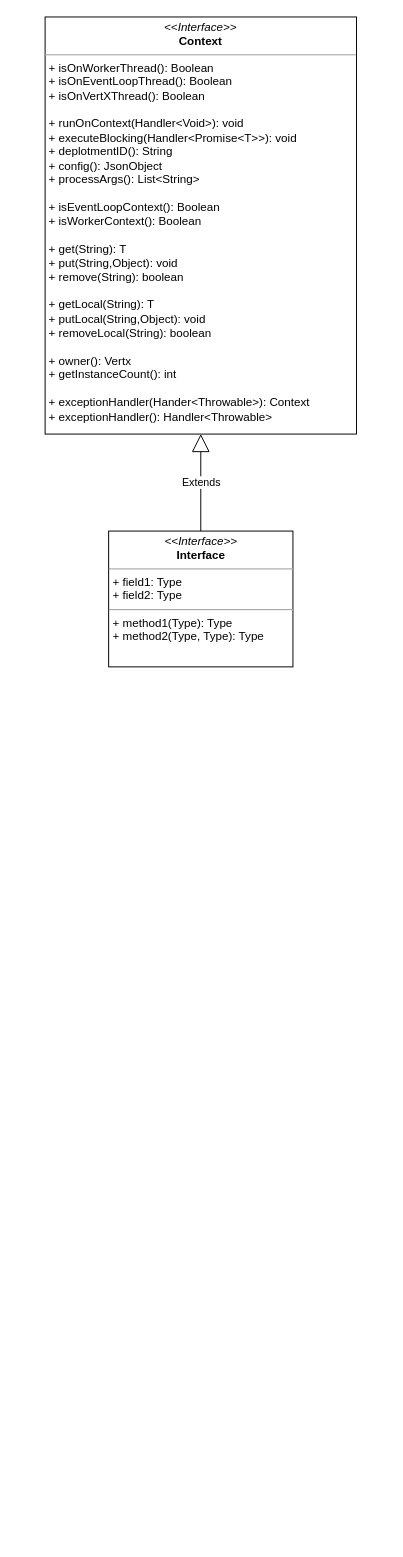
This is VertX.drawio from Echidnaaa/draw, a draw.io file, before an edit. Source tidied: cells renumbered, new cells numbered last; positions are measured from the earlier drawing's top-left corner, leaving out a move shared by most shapes. Both pictures are drawn from the tidied source at 97%, with x=0, y=0 at pixel (45, 16).
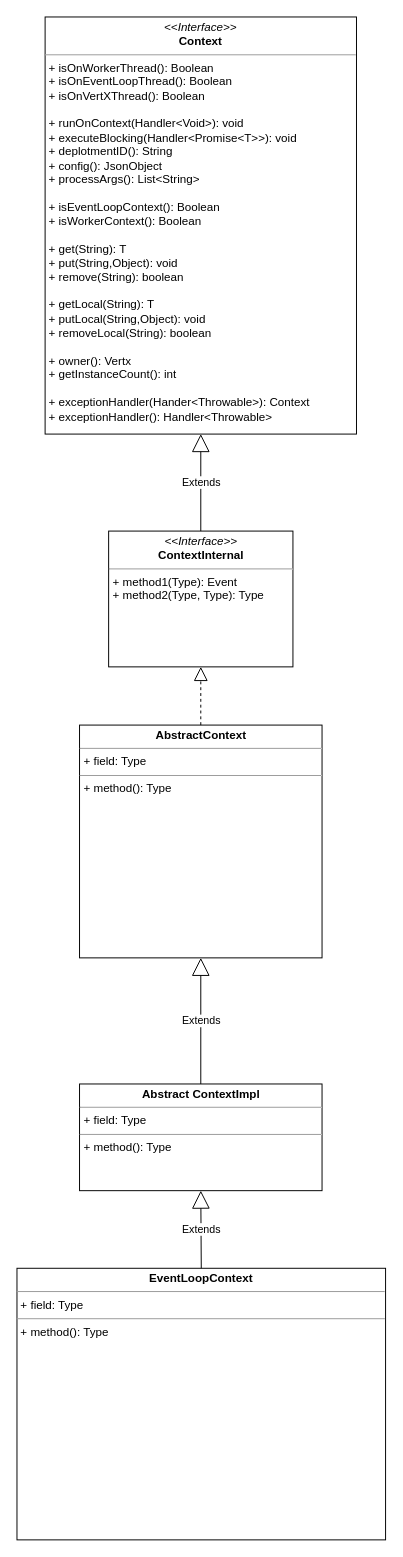
After the change.

Diff of the diagram source:
```diff
@@
 <mxGraphModel>
   <root>
     <mxCell id="0" />
     <mxCell id="1" parent="0" />
     <mxCell id="2" value="&lt;p style=&quot;margin: 0px ; margin-top: 4px ; text-align: center&quot;&gt;&lt;i&gt;&amp;lt;&amp;lt;Interface&amp;gt;&amp;gt;&lt;/i&gt;&lt;br&gt;&lt;b&gt;Context&lt;/b&gt;&lt;/p&gt;&lt;hr size=&quot;1&quot;&gt;&lt;p style=&quot;margin: 0px ; margin-left: 4px&quot;&gt;+ isOnWorkerThread(): Boolean&lt;br&gt;+ isOnEventLoopThread(): Boolean&lt;/p&gt;&lt;p style=&quot;margin: 0px ; margin-left: 4px&quot;&gt;+ isOnVertXThread(): Boolean&lt;/p&gt;&lt;p style=&quot;margin: 0px ; margin-left: 4px&quot;&gt;&lt;br&gt;&lt;/p&gt;&lt;p style=&quot;margin: 0px ; margin-left: 4px&quot;&gt;+ runOnContext(Handler&amp;lt;Void&amp;gt;): void&lt;/p&gt;&lt;p style=&quot;margin: 0px ; margin-left: 4px&quot;&gt;+ executeBlocking(Handler&amp;lt;Promise&amp;lt;T&amp;gt;&amp;gt;): void&lt;/p&gt;&lt;p style=&quot;margin: 0px ; margin-left: 4px&quot;&gt;+ deplotmentID(): String&lt;/p&gt;&lt;p style=&quot;margin: 0px ; margin-left: 4px&quot;&gt;+ config(): JsonObject&lt;/p&gt;&lt;p style=&quot;margin: 0px ; margin-left: 4px&quot;&gt;+ processArgs(): List&amp;lt;String&amp;gt;&lt;/p&gt;&lt;p style=&quot;margin: 0px ; margin-left: 4px&quot;&gt;&lt;br&gt;&lt;/p&gt;&lt;p style=&quot;margin: 0px ; margin-left: 4px&quot;&gt;+ isEventLoopContext(): Boolean&lt;/p&gt;&lt;p style=&quot;margin: 0px ; margin-left: 4px&quot;&gt;+ isWorkerContext(): Boolean&lt;/p&gt;&lt;p style=&quot;margin: 0px ; margin-left: 4px&quot;&gt;&lt;br&gt;&lt;/p&gt;&lt;p style=&quot;margin: 0px ; margin-left: 4px&quot;&gt;+ get(String): T&lt;/p&gt;&lt;p style=&quot;margin: 0px ; margin-left: 4px&quot;&gt;+ put(String,Object): void&lt;/p&gt;&lt;p style=&quot;margin: 0px ; margin-left: 4px&quot;&gt;+ remove(String): boolean&lt;/p&gt;&lt;p style=&quot;margin: 0px ; margin-left: 4px&quot;&gt;&lt;br&gt;&lt;/p&gt;&lt;p style=&quot;margin: 0px ; margin-left: 4px&quot;&gt;+ getLocal(String): T&lt;/p&gt;&lt;p style=&quot;margin: 0px ; margin-left: 4px&quot;&gt;+ putLocal(String,Object): void&lt;/p&gt;&lt;p style=&quot;margin: 0px ; margin-left: 4px&quot;&gt;+ removeLocal(String): boolean&lt;/p&gt;&lt;p style=&quot;margin: 0px ; margin-left: 4px&quot;&gt;&lt;br&gt;&lt;/p&gt;&lt;p style=&quot;margin: 0px ; margin-left: 4px&quot;&gt;+ owner(): Vertx&lt;/p&gt;&lt;p style=&quot;margin: 0px ; margin-left: 4px&quot;&gt;+ getInstanceCount(): int&lt;/p&gt;&lt;p style=&quot;margin: 0px ; margin-left: 4px&quot;&gt;&lt;br&gt;&lt;/p&gt;&lt;p style=&quot;margin: 0px ; margin-left: 4px&quot;&gt;+ exceptionHandler(Hander&amp;lt;Throwable&amp;gt;): Context&lt;/p&gt;&lt;p style=&quot;margin: 0px ; margin-left: 4px&quot;&gt;+ exceptionHandler(): Handler&amp;lt;Throwable&amp;gt;&lt;/p&gt;" style="verticalAlign=top;align=left;overflow=fill;fontSize=12;fontFamily=Helvetica;html=1;" parent="1" vertex="1">
       <mxGeometry width="321" height="430" as="geometry" />
     </mxCell>
-    <mxCell id="3" value="&lt;p style=&quot;margin:0px;margin-top:4px;text-align:center;&quot;&gt;&lt;i&gt;&amp;lt;&amp;lt;Interface&amp;gt;&amp;gt;&lt;/i&gt;&lt;br/&gt;&lt;b&gt;Interface&lt;/b&gt;&lt;/p&gt;&lt;hr size=&quot;1&quot;/&gt;&lt;p style=&quot;margin:0px;margin-left:4px;&quot;&gt;+ field1: Type&lt;br/&gt;+ field2: Type&lt;/p&gt;&lt;hr size=&quot;1&quot;/&gt;&lt;p style=&quot;margin:0px;margin-left:4px;&quot;&gt;+ method1(Type): Type&lt;br/&gt;+ method2(Type, Type): Type&lt;/p&gt;" style="verticalAlign=top;align=left;overflow=fill;fontSize=12;fontFamily=Helvetica;html=1;" parent="1" vertex="1">
+    <mxCell id="3" value="&lt;p style=&quot;margin: 0px ; margin-top: 4px ; text-align: center&quot;&gt;&lt;i&gt;&amp;lt;&amp;lt;Interface&amp;gt;&amp;gt;&lt;/i&gt;&lt;br&gt;&lt;b&gt;ContextInternal&lt;/b&gt;&lt;/p&gt;&lt;hr size=&quot;1&quot;&gt;&lt;p style=&quot;margin: 0px ; margin-left: 4px&quot;&gt;+ method1(Type): Event&lt;br&gt;+ method2(Type, Type): Type&lt;/p&gt;&lt;p style=&quot;margin: 0px ; margin-left: 4px&quot;&gt;&lt;br&gt;&lt;/p&gt;" style="verticalAlign=top;align=left;overflow=fill;fontSize=12;fontFamily=Helvetica;html=1;" parent="1" vertex="1">
       <mxGeometry x="65.5" y="530" width="190" height="140" as="geometry" />
     </mxCell>
     <mxCell id="4" value="Extends" style="endArrow=block;endSize=16;endFill=0;html=1;exitX=0.5;exitY=0;exitDx=0;exitDy=0;entryX=0.5;entryY=1;entryDx=0;entryDy=0;" parent="1" edge="1" source="3" target="2">
       <mxGeometry relative="1" as="geometry" />
     </mxCell>
+    <mxCell id="5" value="&lt;p style=&quot;margin: 0px ; margin-top: 4px ; text-align: center&quot;&gt;&lt;b&gt;AbstractContext&lt;/b&gt;&lt;/p&gt;&lt;hr size=&quot;1&quot;&gt;&lt;p style=&quot;margin: 0px ; margin-left: 4px&quot;&gt;+ field: Type&lt;/p&gt;&lt;hr size=&quot;1&quot;&gt;&lt;p style=&quot;margin: 0px ; margin-left: 4px&quot;&gt;+ method(): Type&lt;/p&gt;" style="verticalAlign=top;align=left;overflow=fill;fontSize=12;fontFamily=Helvetica;html=1;" parent="1" vertex="1">
+      <mxGeometry x="35.5" y="730" width="250" height="240" as="geometry" />
+    </mxCell>
+    <mxCell id="6" style="endArrow=block;dashed=1;endFill=0;endSize=12;html=1;exitX=0.5;exitY=0;exitDx=0;exitDy=0;entryX=0.5;entryY=1;entryDx=0;entryDy=0;" parent="1" edge="1" source="5" target="3">
+      <mxGeometry relative="1" as="geometry" />
+    </mxCell>
+    <mxCell id="7" value="&lt;p style=&quot;margin: 0px ; margin-top: 4px ; text-align: center&quot;&gt;&lt;b&gt;Abstract ContextImpl&lt;/b&gt;&lt;/p&gt;&lt;hr size=&quot;1&quot;&gt;&lt;p style=&quot;margin: 0px ; margin-left: 4px&quot;&gt;+ field: Type&lt;/p&gt;&lt;hr size=&quot;1&quot;&gt;&lt;p style=&quot;margin: 0px ; margin-left: 4px&quot;&gt;+ method(): Type&lt;/p&gt;" style="verticalAlign=top;align=left;overflow=fill;fontSize=12;fontFamily=Helvetica;html=1;" parent="1" vertex="1">
+      <mxGeometry x="35.5" y="1100" width="250" height="110" as="geometry" />
+    </mxCell>
+    <mxCell id="8" value="Extends" style="endArrow=block;endSize=16;endFill=0;html=1;exitX=0.5;exitY=0;exitDx=0;exitDy=0;entryX=0.5;entryY=1;entryDx=0;entryDy=0;" parent="1" edge="1" source="7" target="5">
+      <mxGeometry relative="1" as="geometry" />
+    </mxCell>
+    <mxCell id="9" value="&lt;p style=&quot;margin: 0px ; margin-top: 4px ; text-align: center&quot;&gt;&lt;b&gt;EventLoopContext&lt;/b&gt;&lt;/p&gt;&lt;hr size=&quot;1&quot;&gt;&lt;p style=&quot;margin: 0px ; margin-left: 4px&quot;&gt;+ field: Type&lt;/p&gt;&lt;hr size=&quot;1&quot;&gt;&lt;p style=&quot;margin: 0px ; margin-left: 4px&quot;&gt;+ method(): Type&lt;/p&gt;" style="verticalAlign=top;align=left;overflow=fill;fontSize=12;fontFamily=Helvetica;html=1;" parent="1" vertex="1">
+      <mxGeometry x="-29" y="1290" width="380" height="280" as="geometry" />
+    </mxCell>
+    <mxCell id="10" value="Extends" style="endArrow=block;endSize=16;endFill=0;html=1;exitX=0.5;exitY=0;exitDx=0;exitDy=0;entryX=0.5;entryY=1;entryDx=0;entryDy=0;" parent="1" edge="1" source="9" target="7">
+      <mxGeometry relative="1" as="geometry" />
+    </mxCell>
   </root>
 </mxGraphModel>
```
